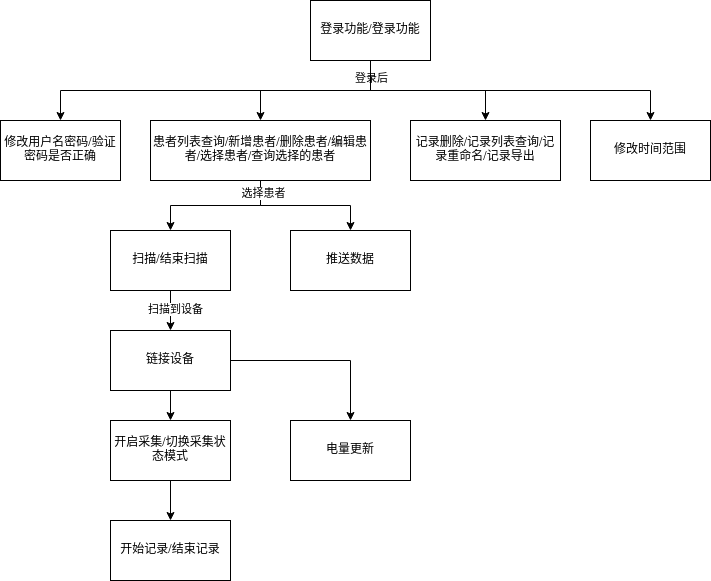
Above: 图片/概念设计-系统层次结构图.png in yz360307/draw (draw.io), before the change. Source tidied: cells renumbered, new cells last; positions are measured from the earlier drawing's top-left corner, leaving out a move shared by most shapes. Source of this version:
```xml
<mxGraphModel>
  <root>
    <mxCell id="0" />
    <mxCell id="1" parent="0" />
    <mxCell id="2" style="edgeStyle=orthogonalEdgeStyle;rounded=0;jettySize=auto;html=1;entryX=0.5;entryY=0;entryDx=0;entryDy=0;exitX=0.5;exitY=1;exitDx=0;exitDy=0;" parent="1" edge="1" source="7" target="8">
      <mxGeometry relative="1" as="geometry" />
    </mxCell>
    <mxCell id="3" style="edgeStyle=orthogonalEdgeStyle;rounded=0;jettySize=auto;html=1;entryX=0.5;entryY=0;entryDx=0;entryDy=0;" parent="1" edge="1" source="7" target="12">
      <mxGeometry relative="1" as="geometry" />
    </mxCell>
    <mxCell id="4" style="edgeStyle=orthogonalEdgeStyle;rounded=0;jettySize=auto;html=1;entryX=0.5;entryY=0;entryDx=0;entryDy=0;exitX=0.5;exitY=1;exitDx=0;exitDy=0;" parent="1" edge="1" source="7" target="13">
      <mxGeometry relative="1" as="geometry" />
    </mxCell>
    <mxCell id="5" value="登录后" style="edgeLabel;html=1;align=center;verticalAlign=middle;" parent="4" vertex="1">
      <mxGeometry x="-0.94" y="-3" relative="1" as="geometry">
        <mxPoint x="3" y="12" as="offset" />
      </mxGeometry>
    </mxCell>
    <mxCell id="6" style="edgeStyle=orthogonalEdgeStyle;rounded=0;jettySize=auto;html=1;exitX=0.5;exitY=1;exitDx=0;exitDy=0;" parent="1" edge="1" source="7" target="25">
      <mxGeometry relative="1" as="geometry" />
    </mxCell>
    <mxCell id="7" value="登录功能/登录功能" style="rounded=0;whiteSpace=wrap;html=1;" parent="1" vertex="1">
      <mxGeometry x="310" width="120" height="60" as="geometry" />
    </mxCell>
    <mxCell id="8" value="修改用户名密码/验证密码是否正确" style="rounded=0;whiteSpace=wrap;html=1;" parent="1" vertex="1">
      <mxGeometry y="120" width="120" height="60" as="geometry" />
    </mxCell>
    <mxCell id="9" style="edgeStyle=orthogonalEdgeStyle;rounded=0;jettySize=auto;html=1;entryX=0.5;entryY=0;entryDx=0;entryDy=0;" parent="1" edge="1" source="12" target="17">
      <mxGeometry relative="1" as="geometry" />
    </mxCell>
    <mxCell id="10" style="edgeStyle=orthogonalEdgeStyle;rounded=0;jettySize=auto;html=1;entryX=0.5;entryY=0;entryDx=0;entryDy=0;" parent="1" edge="1" source="12" target="16">
      <mxGeometry relative="1" as="geometry" />
    </mxCell>
    <mxCell id="11" value="选择患者" style="edgeLabel;html=1;align=center;verticalAlign=middle;" parent="10" vertex="1">
      <mxGeometry x="-0.83" y="2" relative="1" as="geometry" />
    </mxCell>
    <mxCell id="12" value="患者列表查询/新增患者/删除患者/编辑患者/选择患者/查询选择的患者" style="rounded=0;whiteSpace=wrap;html=1;" parent="1" vertex="1">
      <mxGeometry x="150" y="120" width="220" height="60" as="geometry" />
    </mxCell>
    <mxCell id="13" value="记录删除/记录列表查询/记录重命名/记录导出" style="rounded=0;whiteSpace=wrap;html=1;" parent="1" vertex="1">
      <mxGeometry x="410" y="120" width="150" height="60" as="geometry" />
    </mxCell>
    <mxCell id="14" style="edgeStyle=orthogonalEdgeStyle;rounded=0;jettySize=auto;html=1;exitX=0.5;exitY=1;exitDx=0;exitDy=0;entryX=0.5;entryY=0;entryDx=0;entryDy=0;" parent="1" edge="1" source="16" target="20">
      <mxGeometry relative="1" as="geometry" />
    </mxCell>
    <mxCell id="15" value="扫描到设备" style="edgeLabel;html=1;align=center;verticalAlign=middle;" parent="14" vertex="1">
      <mxGeometry x="-0.1" y="4" relative="1" as="geometry" />
    </mxCell>
    <mxCell id="16" value="扫描/结束扫描" style="rounded=0;whiteSpace=wrap;html=1;" parent="1" vertex="1">
      <mxGeometry x="110" y="230" width="120" height="60" as="geometry" />
    </mxCell>
    <mxCell id="17" value="推送数据" style="rounded=0;whiteSpace=wrap;html=1;" parent="1" vertex="1">
      <mxGeometry x="290" y="230" width="120" height="60" as="geometry" />
    </mxCell>
    <mxCell id="18" style="edgeStyle=orthogonalEdgeStyle;rounded=0;jettySize=auto;html=1;exitX=0.5;exitY=1;exitDx=0;exitDy=0;entryX=0.5;entryY=0;entryDx=0;entryDy=0;" parent="1" edge="1" source="20" target="22">
      <mxGeometry relative="1" as="geometry" />
    </mxCell>
    <mxCell id="19" style="edgeStyle=orthogonalEdgeStyle;rounded=0;jettySize=auto;html=1;entryX=0.5;entryY=0;entryDx=0;entryDy=0;" parent="1" edge="1" source="20" target="23">
      <mxGeometry relative="1" as="geometry" />
    </mxCell>
    <mxCell id="20" value="链接设备" style="rounded=0;whiteSpace=wrap;html=1;" parent="1" vertex="1">
      <mxGeometry x="110" y="330" width="120" height="60" as="geometry" />
    </mxCell>
    <mxCell id="21" style="edgeStyle=orthogonalEdgeStyle;rounded=0;jettySize=auto;html=1;exitX=0.5;exitY=1;exitDx=0;exitDy=0;" parent="1" edge="1" source="22" target="24">
      <mxGeometry relative="1" as="geometry" />
    </mxCell>
    <mxCell id="22" value="开启采集/切换采集状态模式" style="rounded=0;whiteSpace=wrap;html=1;" parent="1" vertex="1">
      <mxGeometry x="110" y="420" width="120" height="60" as="geometry" />
    </mxCell>
    <mxCell id="23" value="电量更新" style="rounded=0;whiteSpace=wrap;html=1;" parent="1" vertex="1">
      <mxGeometry x="290" y="420" width="120" height="60" as="geometry" />
    </mxCell>
    <mxCell id="24" value="开始记录/结束记录" style="rounded=0;whiteSpace=wrap;html=1;" parent="1" vertex="1">
      <mxGeometry x="110" y="520" width="120" height="60" as="geometry" />
    </mxCell>
    <mxCell id="25" value="修改时间范围" style="rounded=0;whiteSpace=wrap;html=1;" parent="1" vertex="1">
      <mxGeometry x="590" y="120" width="120" height="60" as="geometry" />
    </mxCell>
  </root>
</mxGraphModel>
```
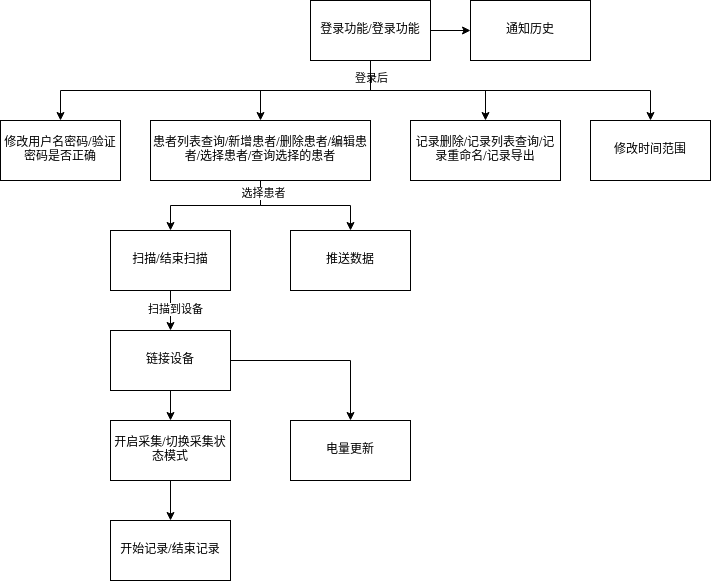
After the change.

Diff of the diagram source:
```diff
@@ -19,6 +19,9 @@
     <mxCell id="6" style="edgeStyle=orthogonalEdgeStyle;rounded=0;jettySize=auto;html=1;exitX=0.5;exitY=1;exitDx=0;exitDy=0;" parent="1" edge="1" source="7" target="25">
       <mxGeometry relative="1" as="geometry" />
     </mxCell>
+    <mxCell id="26" style="edgeStyle=orthogonalEdgeStyle;rounded=0;jettySize=auto;html=1;" parent="1" edge="1" source="7" target="27">
+      <mxGeometry relative="1" as="geometry" />
+    </mxCell>
     <mxCell id="7" value="登录功能/登录功能" style="rounded=0;whiteSpace=wrap;html=1;" parent="1" vertex="1">
       <mxGeometry x="310" width="120" height="60" as="geometry" />
     </mxCell>
@@ -76,5 +79,8 @@
     <mxCell id="25" value="修改时间范围" style="rounded=0;whiteSpace=wrap;html=1;" parent="1" vertex="1">
       <mxGeometry x="590" y="120" width="120" height="60" as="geometry" />
     </mxCell>
+    <mxCell id="27" value="通知历史" style="whiteSpace=wrap;html=1;rounded=0;" parent="1" vertex="1">
+      <mxGeometry x="470" width="120" height="60" as="geometry" />
+    </mxCell>
   </root>
 </mxGraphModel>
```
